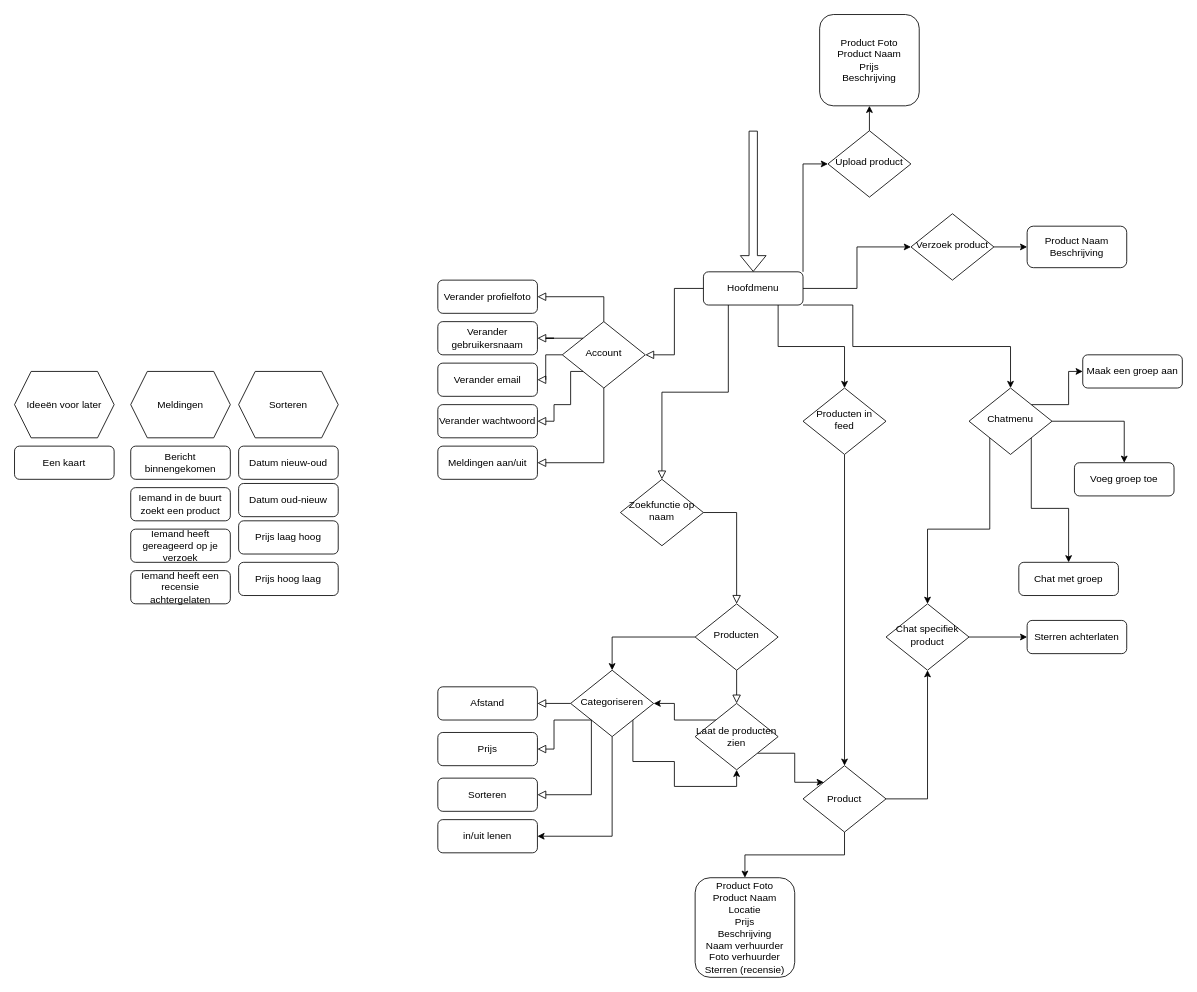
Above: Diagram zonder titel.drawio in DevBlokJochem/ShareIT (draw.io), before the change. Source tidied: cells renumbered, new cells numbered last; positions are measured from the earlier drawing's top-left corner, leaving out a move shared by most shapes. Both pictures are drawn from the tidied source at 83%, with x=0, y=0 at pixel (14, 14).
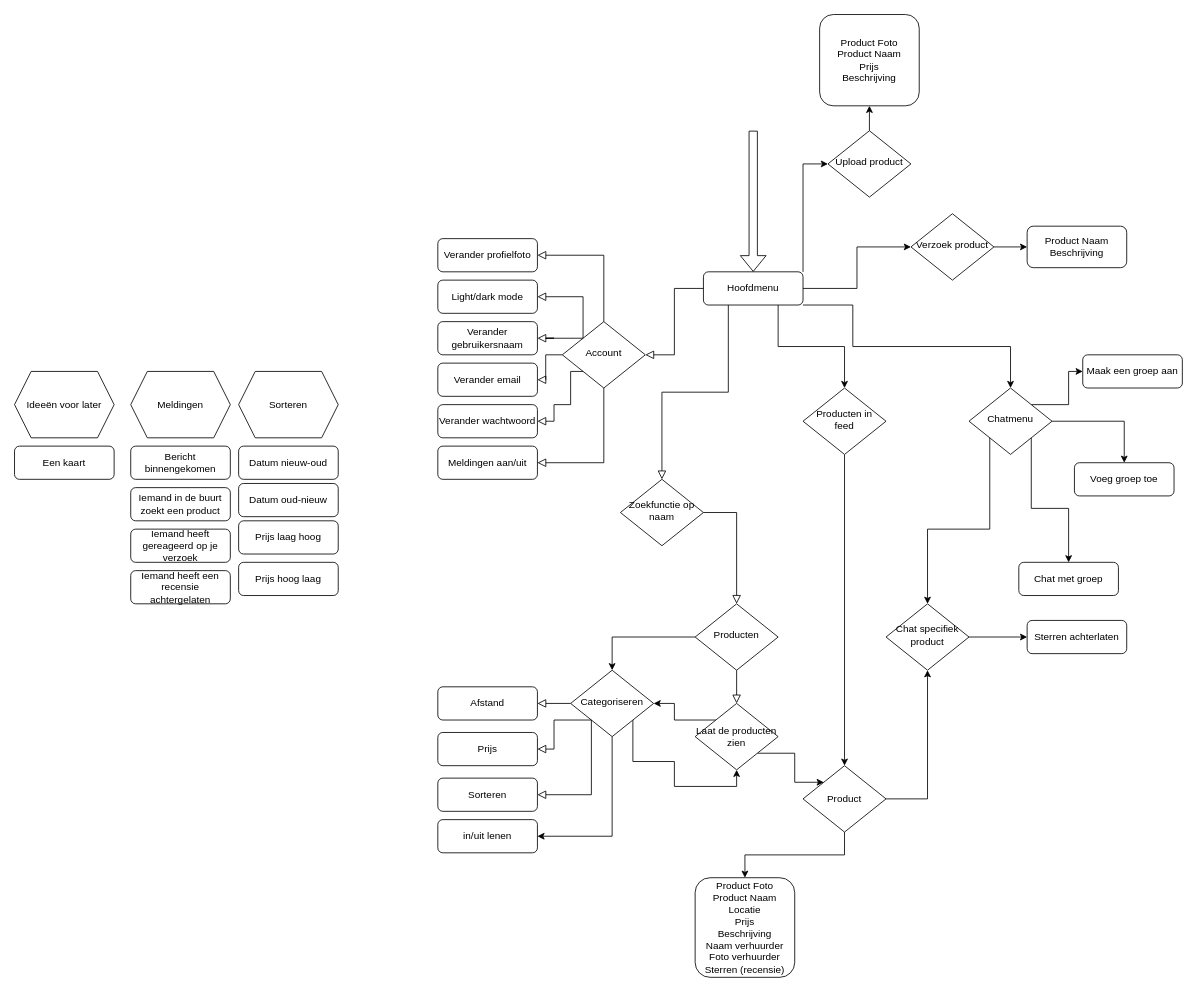
The same diagram, later.

Unchanged cells that the change refers to:
```xml
<mxCell id="8" value="Account" style="rhombus;whiteSpace=wrap;html=1;shadow=0;fontFamily=Helvetica;fontSize=12;align=center;strokeWidth=1;spacing=6;spacingTop=-4;" parent="1" vertex="1">
  <mxGeometry x="660" y="370" width="100" height="80" as="geometry" />
</mxCell>
```

The edit, as a diff of the source:
```diff
@@
     <mxCell id="16" value="Verander profielfoto" style="rounded=1;whiteSpace=wrap;html=1;fontSize=12;glass=0;strokeWidth=1;shadow=0;" parent="1" vertex="1">
-      <mxGeometry x="510" y="320" width="120" height="40" as="geometry" />
+      <mxGeometry x="510" y="270" width="120" height="40" as="geometry" />
     </mxCell>
@@
+    <mxCell id="76" value="Light/dark mode" style="rounded=1;whiteSpace=wrap;html=1;fontSize=12;glass=0;strokeWidth=1;shadow=0;" parent="1" vertex="1">
+      <mxGeometry x="510" y="320" width="120" height="40" as="geometry" />
+    </mxCell>
+    <mxCell id="77" style="rounded=0;html=1;jettySize=auto;fontSize=11;endArrow=block;endFill=0;endSize=8;strokeWidth=1;shadow=0;labelBackgroundColor=none;edgeStyle=orthogonalEdgeStyle;entryX=1;entryY=0.5;entryDx=0;entryDy=0;exitX=0;exitY=0;exitDx=0;exitDy=0;" parent="1" edge="1" source="8" target="76">
+      <mxGeometry relative="1" as="geometry">
+        <Array as="points">
+          <mxPoint x="685" y="340" />
+        </Array>
+      </mxGeometry>
+    </mxCell>
```
